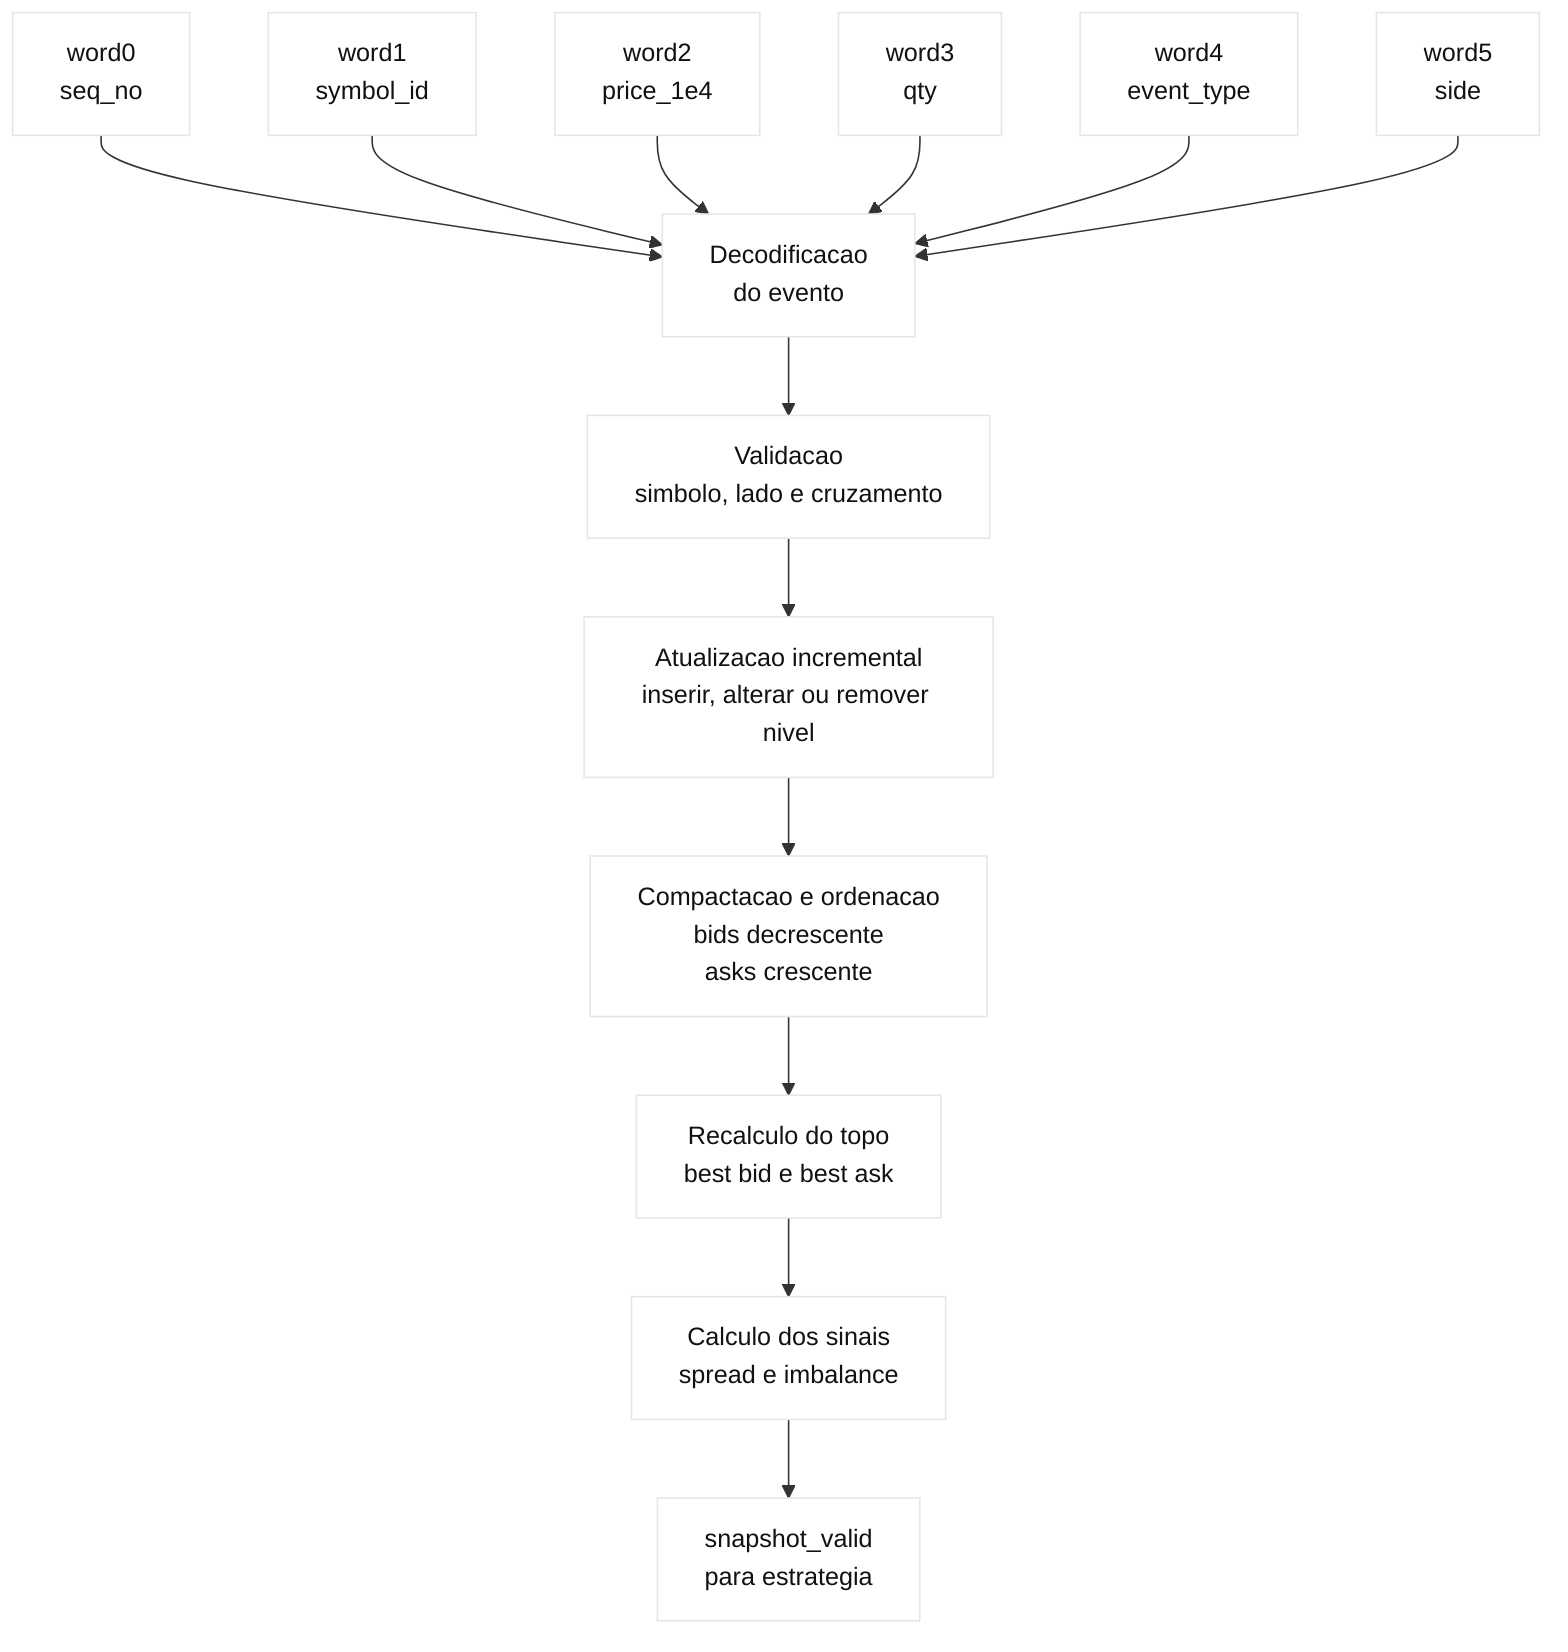
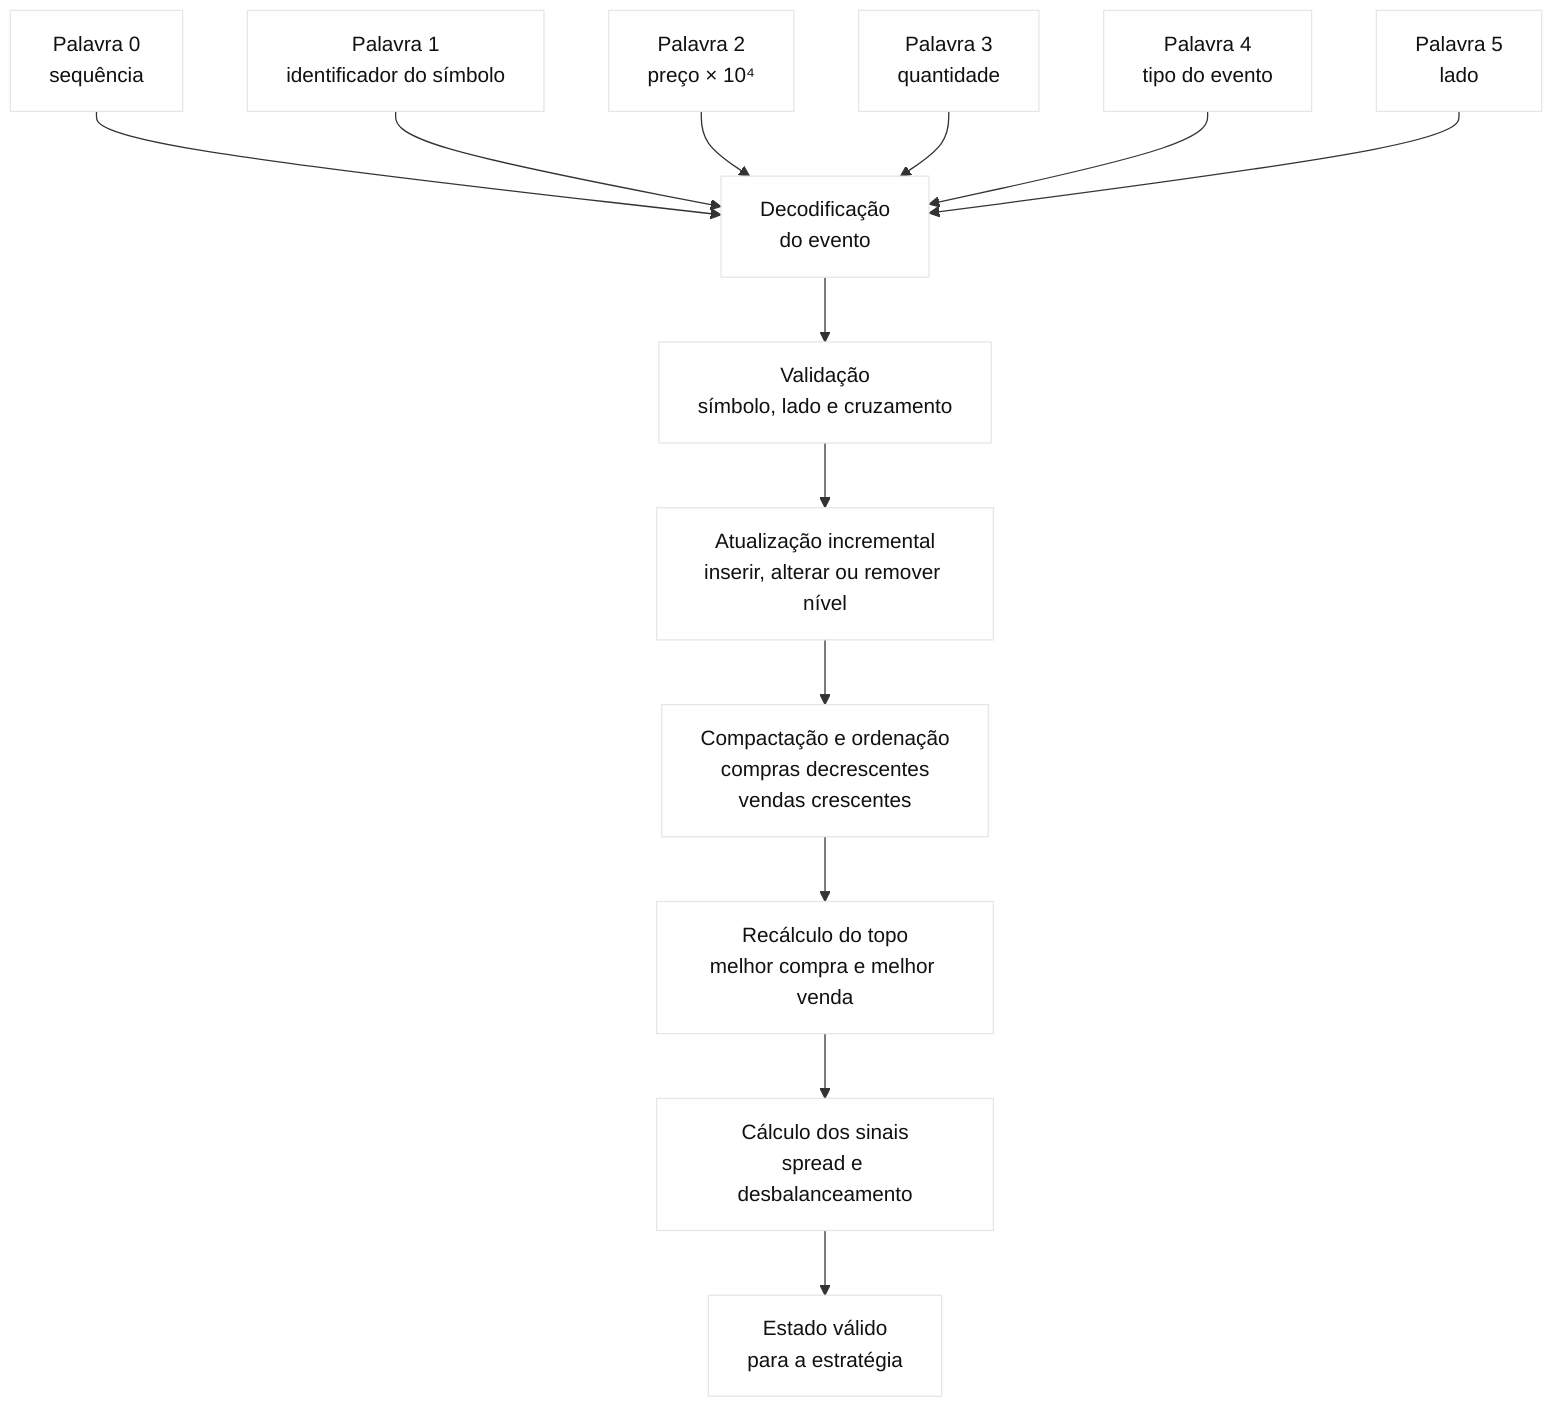
%%{init: {"theme": "base", "flowchart": {"htmlLabels": false}, "themeVariables": {"fontFamily": "Arial", "primaryColor": "#ffffff", "primaryTextColor": "#111111", "lineColor": "#333333"}}}%%
flowchart TB
-     W0["word0<br/>seq_no"]
-     W1["word1<br/>symbol_id"]
-     W2["word2<br/>price_1e4"]
-     W3["word3<br/>qty"]
-     W4["word4<br/>event_type"]
-     W5["word5<br/>side"]
+     W0["Palavra 0<br/>sequência"]
+     W1["Palavra 1<br/>identificador do símbolo"]
+     W2["Palavra 2<br/>preço × 10⁴"]
+     W3["Palavra 3<br/>quantidade"]
+     W4["Palavra 4<br/>tipo do evento"]
+     W5["Palavra 5<br/>lado"]

-     Decode["Decodificacao<br/>do evento"]
-     Check["Validacao<br/>simbolo, lado e cruzamento"]
-     Update["Atualizacao incremental<br/>inserir, alterar ou remover nivel"]
-     Compact["Compactacao e ordenacao<br/>bids decrescente<br/>asks crescente"]
-     Top["Recalculo do topo<br/>best bid e best ask"]
-     Metrics["Calculo dos sinais<br/>spread e imbalance"]
-     Snapshot["snapshot_valid<br/>para estrategia"]
+     Decode["Decodificação<br/>do evento"]
+     Check["Validação<br/>símbolo, lado e cruzamento"]
+     Update["Atualização incremental<br/>inserir, alterar ou remover nível"]
+     Compact["Compactação e ordenação<br/>compras decrescentes<br/>vendas crescentes"]
+     Top["Recálculo do topo<br/>melhor compra e melhor venda"]
+     Metrics["Cálculo dos sinais<br/>spread e desbalanceamento"]
+     Snapshot["Estado válido<br/>para a estratégia"]

    W0 --> Decode
    W1 --> Decode
    W2 --> Decode
    W3 --> Decode
    W4 --> Decode
    W5 --> Decode
    Decode --> Check
    Check --> Update
    Update --> Compact
    Compact --> Top
    Top --> Metrics
    Metrics --> Snapshot
